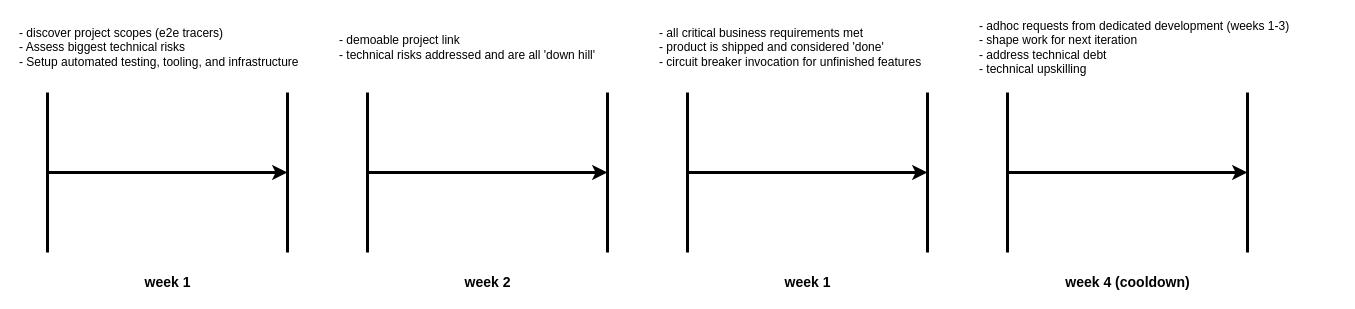
rrigato/architecture keeps this draw.io diagram as shape_up/iteration_cycle.drawio. Above is the earlier version. Source tidied: cells renumbered, new cells numbered last; positions are measured from the earlier drawing's top-left corner, leaving out a move shared by most shapes. Both pictures are drawn from the tidied source at 100%, with x=0, y=0 at pixel (17, 17).
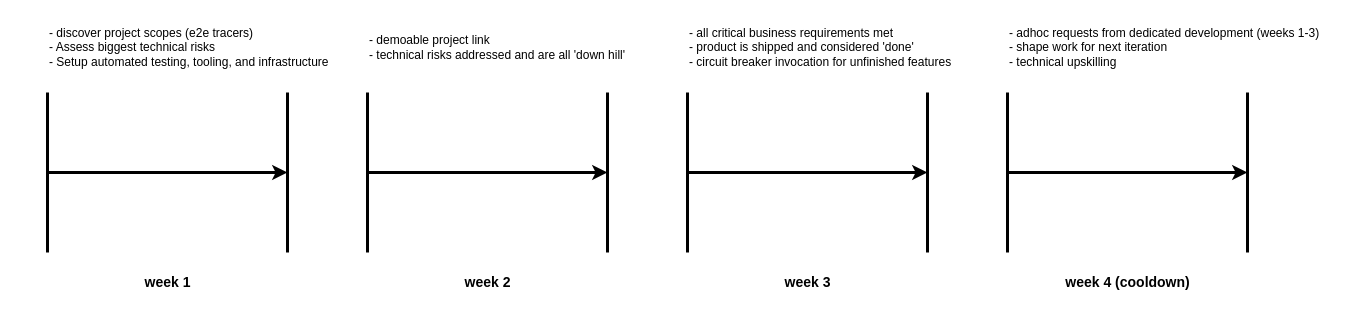
The same page after the edit.

Commit message (it also covers changes not shown here):
completed iteration cycle overview

The edit, as a diff of the source:
```diff
@@
     <mxCell id="6" value="&lt;div&gt;&lt;span&gt;- discover project scopes (e2e tracers)&lt;/span&gt;&lt;/div&gt;&lt;div&gt;&lt;span&gt;- Assess biggest technical risks&lt;/span&gt;&lt;/div&gt;&lt;div&gt;&lt;span&gt;- Setup automated testing, tooling, and infrastructure&lt;/span&gt;&lt;/div&gt;" style="text;html=1;align=left;verticalAlign=middle;" parent="1" vertex="1">
-      <mxGeometry y="5" width="300" height="50" as="geometry" />
+      <mxGeometry x="30" y="5" width="300" height="50" as="geometry" />
     </mxCell>
@@
     <mxCell id="11" value="&lt;div&gt;&lt;span&gt;- demoable project link&amp;nbsp;&lt;/span&gt;&lt;/div&gt;&lt;div&gt;&lt;span&gt;- technical risks addressed and are all 'down hill'&lt;/span&gt;&lt;/div&gt;" style="text;html=1;align=left;verticalAlign=middle;" parent="1" vertex="1">
-      <mxGeometry x="320" y="15" width="270" height="30" as="geometry" />
+      <mxGeometry x="350" y="15" width="270" height="30" as="geometry" />
     </mxCell>
@@
-    <mxCell id="14" value="week 1" style="text;html=1;align=center;verticalAlign=middle;fontSize=14;fontStyle=1;" parent="1" vertex="1">
+    <mxCell id="14" value="week 3" style="text;html=1;align=center;verticalAlign=middle;fontSize=14;fontStyle=1;" parent="1" vertex="1">
       <mxGeometry x="760" y="255" width="60" height="20" as="geometry" />
     </mxCell>
@@
     <mxCell id="16" value="&lt;div&gt;&lt;span&gt;- all critical business requirements met&lt;/span&gt;&lt;/div&gt;&lt;div&gt;&lt;span&gt;- product is shipped and considered 'done'&lt;/span&gt;&lt;/div&gt;&lt;div&gt;&lt;span&gt;- circuit breaker invocation for unfinished features&lt;/span&gt;&lt;/div&gt;" style="text;html=1;align=left;verticalAlign=middle;" parent="1" vertex="1">
-      <mxGeometry x="640" y="5" width="280" height="50" as="geometry" />
+      <mxGeometry x="670" y="5" width="280" height="50" as="geometry" />
     </mxCell>
@@
-    <mxCell id="21" value="&lt;div&gt;&lt;span&gt;- adhoc requests from dedicated development (weeks 1-3)&lt;/span&gt;&lt;/div&gt;&lt;div&gt;&lt;span&gt;- shape work for next iteration&lt;/span&gt;&lt;/div&gt;&lt;div&gt;&lt;span&gt;- address technical debt&lt;/span&gt;&lt;/div&gt;&lt;div&gt;&lt;span&gt;- technical upskilling&lt;/span&gt;&lt;/div&gt;" style="text;html=1;align=left;verticalAlign=middle;" parent="1" vertex="1">
-      <mxGeometry x="960" width="330" height="60" as="geometry" />
+    <mxCell id="21" value="&lt;div&gt;&lt;span&gt;- adhoc requests from dedicated development (weeks 1-3)&lt;/span&gt;&lt;/div&gt;&lt;div&gt;&lt;span&gt;- shape work for next iteration&lt;/span&gt;&lt;/div&gt;&lt;div&gt;&lt;span&gt;- technical upskilling&lt;/span&gt;&lt;br&gt;&lt;/div&gt;" style="text;html=1;align=left;verticalAlign=middle;" parent="1" vertex="1">
+      <mxGeometry x="990" y="5" width="330" height="50" as="geometry" />
     </mxCell>
```
